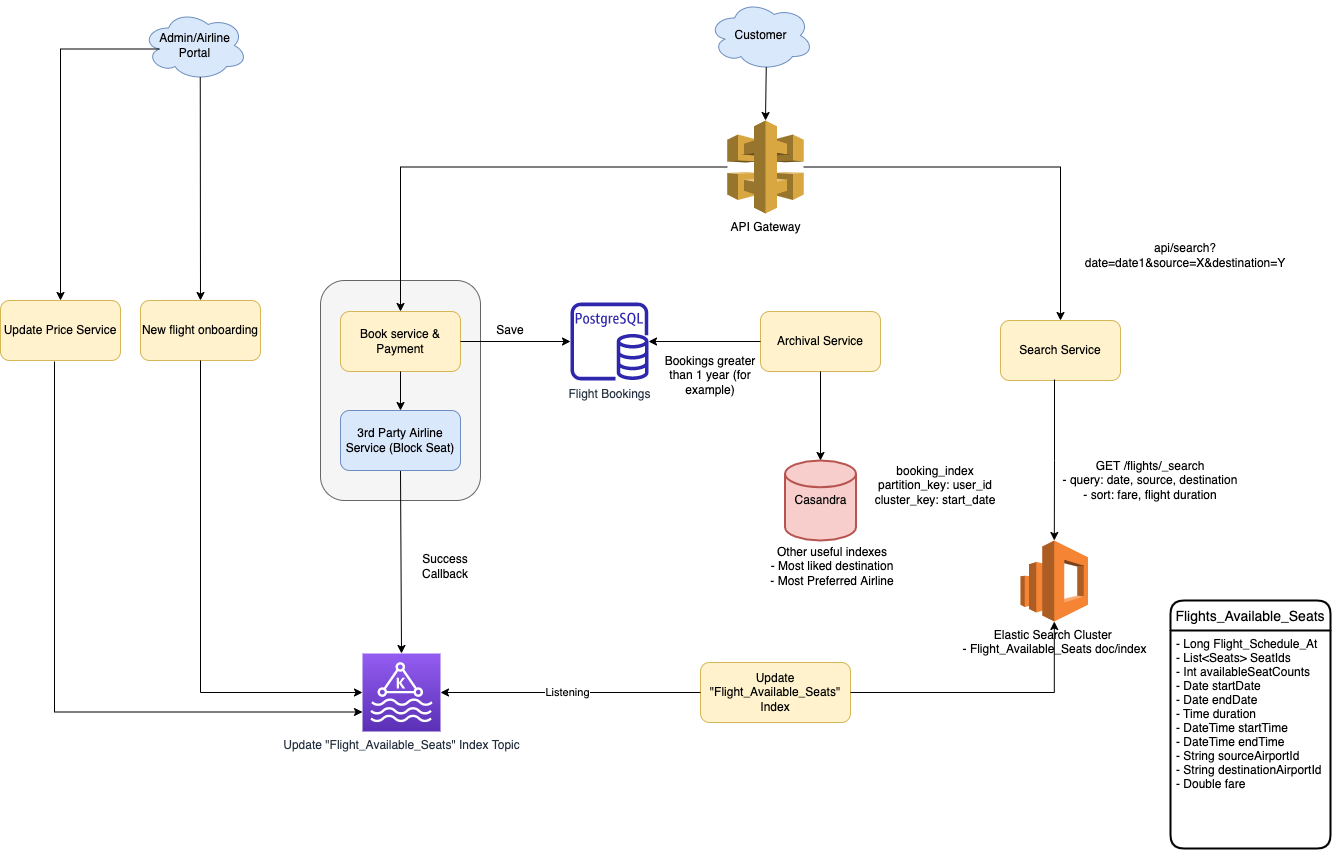
This is src/3_HLDDesignProblems/FlightBookingSearch/MakeMyTripFlightSearch.drawio.png from Anshul619/HLD-System-Designs, a draw.io export, as it was before one commit. Source tidied: cells renumbered, new cells last; positions are measured from the earlier drawing's top-left corner, leaving out a move shared by most shapes.
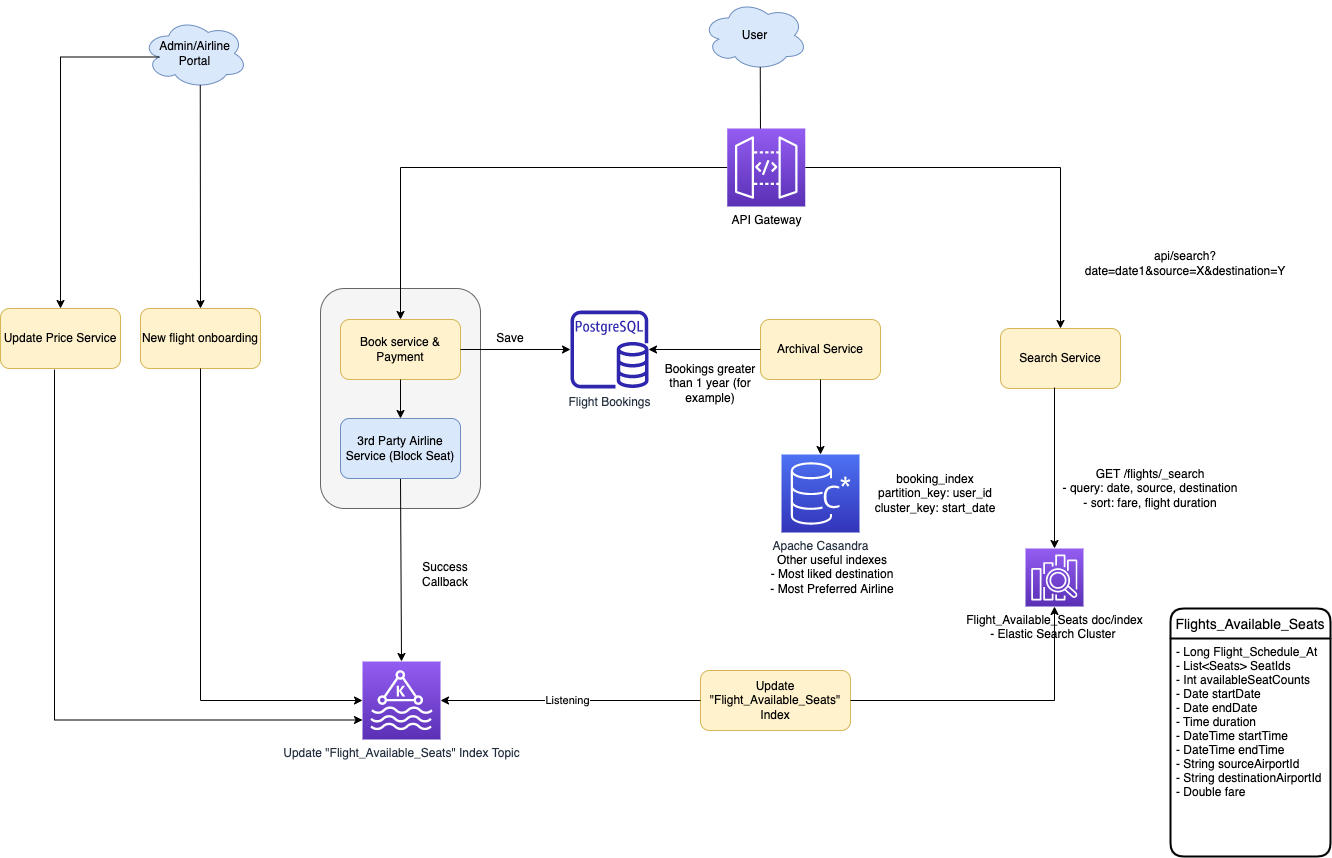
Above is the later version.

The edit, as a diff of the source:
```diff
@@ -5,8 +5,8 @@
     <mxCell id="2" style="rounded=1;whiteSpace=wrap;html=1;fillColor=#f5f5f5;strokeColor=#666666;fontColor=#333333;" parent="1" vertex="1">
       <mxGeometry x="320" y="280" width="160" height="220" as="geometry" />
     </mxCell>
-    <mxCell id="3" value="Customer" style="ellipse;shape=cloud;whiteSpace=wrap;html=1;fillColor=#dae8fc;strokeColor=#6c8ebf;" parent="1" vertex="1">
-      <mxGeometry x="708" width="105" height="70" as="geometry" />
+    <mxCell id="3" value="User" style="ellipse;shape=cloud;whiteSpace=wrap;html=1;fillColor=#dae8fc;strokeColor=#6c8ebf;" parent="1" vertex="1">
+      <mxGeometry x="702" y="-8" width="105" height="70" as="geometry" />
     </mxCell>
     <mxCell id="4" value="Search Service" style="rounded=1;whiteSpace=wrap;html=1;fillColor=#fff2cc;strokeColor=#d6b656;" parent="1" vertex="1">
       <mxGeometry x="1000" y="320" width="120" height="60" as="geometry" />
@@ -14,13 +14,12 @@
     <mxCell id="5" style="endArrow=classic;html=1;rounded=0;entryX=0.5;entryY=0;entryDx=0;entryDy=0;edgeStyle=orthogonalEdgeStyle;" parent="1" edge="1" source="25" target="4">
       <mxGeometry relative="1" as="geometry" />
     </mxCell>
-    <mxCell id="6" value="&lt;div&gt;Elastic Search Cluster &lt;br&gt;&lt;/div&gt;&lt;div&gt;- Flight_Available_Seats doc/index&lt;br&gt;&lt;/div&gt;" style="outlineConnect=0;dashed=0;verticalLabelPosition=bottom;verticalAlign=top;align=center;html=1;shape=mxgraph.aws3.elasticsearch_service;fillColor=#F58534;gradientColor=none;" parent="1" vertex="1">
-      <mxGeometry x="1020" y="540" width="67.5" height="81" as="geometry" />
-    </mxCell>
-    <mxCell id="7" style="endArrow=classic;html=1;rounded=0;exitX=0.55;exitY=0.95;exitDx=0;exitDy=0;exitPerimeter=0;entryX=0.5;entryY=0;entryDx=0;entryDy=0;entryPerimeter=0;" parent="1" edge="1" source="3" target="25">
-      <mxGeometry relative="1" as="geometry" />
+    <mxCell id="7" style="endArrow=classic;html=1;rounded=0;exitX=0.55;exitY=0.95;exitDx=0;exitDy=0;exitPerimeter=0;" parent="1" edge="1" source="3">
+      <mxGeometry relative="1" as="geometry">
+        <mxPoint x="760" y="130" as="targetPoint" />
+      </mxGeometry>
     </mxCell>
-    <mxCell id="8" style="endArrow=classic;html=1;rounded=0;exitX=0.45;exitY=0.983;exitDx=0;exitDy=0;exitPerimeter=0;edgeStyle=orthogonalEdgeStyle;" parent="1" edge="1" source="4" target="6">
+    <mxCell id="8" style="endArrow=classic;html=1;rounded=0;exitX=0.45;exitY=0.983;exitDx=0;exitDy=0;exitPerimeter=0;edgeStyle=orthogonalEdgeStyle;" parent="1" edge="1" source="4" target="42">
       <mxGeometry relative="1" as="geometry" />
     </mxCell>
     <mxCell id="9" value="New flight onboarding" style="rounded=1;whiteSpace=wrap;html=1;fillColor=#fff2cc;strokeColor=#d6b656;" parent="1" vertex="1">
@@ -41,7 +40,7 @@
     <mxCell id="14" value="Listening" style="edgeLabel;html=1;align=center;verticalAlign=middle;" parent="13" vertex="1">
       <mxGeometry x="0.03" y="-1" relative="1" as="geometry" />
     </mxCell>
-    <mxCell id="15" style="endArrow=classic;html=1;rounded=0;exitX=1;exitY=0.5;exitDx=0;exitDy=0;edgeStyle=orthogonalEdgeStyle;" parent="1" edge="1" source="12" target="6">
+    <mxCell id="15" style="endArrow=classic;html=1;rounded=0;exitX=1;exitY=0.5;exitDx=0;exitDy=0;edgeStyle=orthogonalEdgeStyle;entryX=0.5;entryY=1;entryDx=0;entryDy=0;entryPerimeter=0;" parent="1" edge="1" source="12" target="42">
       <mxGeometry relative="1" as="geometry" />
     </mxCell>
     <mxCell id="16" value="api/search?date=date1&amp;amp;source=X&amp;amp;destination=Y" style="text;html=1;strokeColor=none;fillColor=none;align=center;verticalAlign=middle;whiteSpace=wrap;rounded=0;" parent="1" vertex="1">
@@ -53,7 +52,7 @@
     <mxCell id="18" style="endArrow=classic;html=1;rounded=0;entryX=0.5;entryY=0;entryDx=0;entryDy=0;entryPerimeter=0;exitX=0.5;exitY=1;exitDx=0;exitDy=0;" parent="1" edge="1" source="29" target="10">
       <mxGeometry relative="1" as="geometry" />
     </mxCell>
-    <mxCell id="19" style="endArrow=classic;html=1;rounded=0;entryX=0.5;entryY=0;entryDx=0;entryDy=0;edgeStyle=orthogonalEdgeStyle;" parent="1" edge="1" source="25" target="17">
+    <mxCell id="19" style="endArrow=classic;html=1;rounded=0;entryX=0.5;entryY=0;entryDx=0;entryDy=0;edgeStyle=orthogonalEdgeStyle;exitX=0;exitY=0.5;exitDx=0;exitDy=0;exitPerimeter=0;" parent="1" edge="1" source="25" target="17">
       <mxGeometry relative="1" as="geometry" />
     </mxCell>
     <mxCell id="20" value="Admin/Airline Portal" style="ellipse;shape=cloud;whiteSpace=wrap;html=1;fillColor=#dae8fc;strokeColor=#6c8ebf;" parent="1" vertex="1">
@@ -71,9 +70,6 @@
     <mxCell id="24" style="endArrow=classic;html=1;rounded=0;exitX=0.45;exitY=1.017;exitDx=0;exitDy=0;exitPerimeter=0;entryX=0;entryY=0.75;entryDx=0;entryDy=0;entryPerimeter=0;edgeStyle=orthogonalEdgeStyle;" parent="1" edge="1" source="22" target="10">
       <mxGeometry relative="1" as="geometry" />
     </mxCell>
-    <mxCell id="25" value="API Gateway" style="outlineConnect=0;dashed=0;verticalLabelPosition=bottom;verticalAlign=top;align=center;html=1;shape=mxgraph.aws3.api_gateway;fillColor=#D9A741;gradientColor=none;" parent="1" vertex="1">
-      <mxGeometry x="726.8" y="120" width="76.5" height="93" as="geometry" />
-    </mxCell>
     <mxCell id="26" value="&lt;div&gt;GET /flights/_search&lt;/div&gt;&lt;div&gt;- query: date, source, destination&lt;/div&gt;&lt;div&gt;- sort: fare, flight duration&lt;br&gt;&lt;/div&gt;" style="text;html=1;strokeColor=none;fillColor=none;align=center;verticalAlign=middle;whiteSpace=wrap;rounded=0;" parent="1" vertex="1">
       <mxGeometry x="1050" y="460" width="200" height="40" as="geometry" />
     </mxCell>
@@ -101,9 +97,6 @@
     <mxCell id="34" value="Save" style="text;html=1;strokeColor=none;fillColor=none;align=center;verticalAlign=middle;whiteSpace=wrap;rounded=0;" parent="1" vertex="1">
       <mxGeometry x="480" y="315" width="60" height="30" as="geometry" />
     </mxCell>
-    <mxCell id="35" value="Casandra" style="strokeWidth=2;html=1;shape=mxgraph.flowchart.database;whiteSpace=wrap;fillColor=#f8cecc;strokeColor=#b85450;" parent="1" vertex="1">
-      <mxGeometry x="784.5" y="460" width="71" height="80" as="geometry" />
-    </mxCell>
     <mxCell id="36" value="Archival Service" style="rounded=1;whiteSpace=wrap;html=1;fillColor=#fff2cc;strokeColor=#d6b656;" parent="1" vertex="1">
       <mxGeometry x="760" y="311" width="120" height="60" as="geometry" />
     </mxCell>
@@ -113,7 +106,7 @@
     <mxCell id="38" value="&lt;div&gt;booking_index&lt;/div&gt;&lt;div&gt;partition_key: user_id&lt;/div&gt;&lt;div&gt;cluster_key: start_date&lt;br&gt;&lt;/div&gt;" style="text;html=1;strokeColor=none;fillColor=none;align=center;verticalAlign=middle;whiteSpace=wrap;rounded=0;" parent="1" vertex="1">
       <mxGeometry x="870" y="470" width="130" height="30" as="geometry" />
     </mxCell>
-    <mxCell id="39" style="endArrow=classic;html=1;rounded=0;exitX=0.5;exitY=1;exitDx=0;exitDy=0;entryX=0.5;entryY=0;entryDx=0;entryDy=0;entryPerimeter=0;" parent="1" edge="1" source="36" target="35">
+    <mxCell id="39" style="endArrow=classic;html=1;rounded=0;exitX=0.5;exitY=1;exitDx=0;exitDy=0;entryX=0.5;entryY=0;entryDx=0;entryDy=0;entryPerimeter=0;" parent="1" edge="1" source="36" target="43">
       <mxGeometry relative="1" as="geometry" />
     </mxCell>
     <mxCell id="40" value="Bookings greater than 1 year (for example)" style="text;html=1;strokeColor=none;fillColor=none;align=center;verticalAlign=middle;whiteSpace=wrap;rounded=0;" parent="1" vertex="1">
@@ -122,5 +115,14 @@
     <mxCell id="41" value="&lt;div&gt;Other useful indexes&lt;/div&gt;&lt;div&gt;- Most liked destination&lt;/div&gt;&lt;div&gt;- Most Preferred Airline&lt;br&gt;&lt;/div&gt;" style="text;html=1;strokeColor=none;fillColor=none;align=center;verticalAlign=middle;whiteSpace=wrap;rounded=0;" parent="1" vertex="1">
       <mxGeometry x="726.8" y="551" width="210" height="30" as="geometry" />
     </mxCell>
+    <mxCell id="42" value="&lt;span style=&quot;color: rgb(0, 0, 0);&quot;&gt;Flight_Available_Seats doc/index&lt;br&gt;&lt;/span&gt;&lt;span style=&quot;color: rgb(0, 0, 0); background-color: initial;&quot;&gt;- Elastic Search Cluster&lt;/span&gt;&lt;span style=&quot;color: rgb(0, 0, 0); background-color: initial;&quot;&gt;&amp;nbsp;&lt;/span&gt;&lt;span style=&quot;color: rgb(0, 0, 0); background-color: initial;&quot;&gt;&lt;br&gt;&lt;/span&gt;" style="sketch=0;points=[[0,0,0],[0.25,0,0],[0.5,0,0],[0.75,0,0],[1,0,0],[0,1,0],[0.25,1,0],[0.5,1,0],[0.75,1,0],[1,1,0],[0,0.25,0],[0,0.5,0],[0,0.75,0],[1,0.25,0],[1,0.5,0],[1,0.75,0]];outlineConnect=0;fontColor=#232F3E;gradientColor=#945DF2;gradientDirection=north;fillColor=#5A30B5;strokeColor=#ffffff;dashed=0;verticalLabelPosition=bottom;verticalAlign=top;align=center;html=1;fontSize=12;fontStyle=0;shape=mxgraph.aws4.resourceIcon;resIcon=mxgraph.aws4.elasticsearch_service;" parent="1" vertex="1">
+      <mxGeometry x="1025" y="540" width="58" height="58" as="geometry" />
+    </mxCell>
+    <mxCell id="43" value="Apache Casandra" style="sketch=0;points=[[0,0,0],[0.25,0,0],[0.5,0,0],[0.75,0,0],[1,0,0],[0,1,0],[0.25,1,0],[0.5,1,0],[0.75,1,0],[1,1,0],[0,0.25,0],[0,0.5,0],[0,0.75,0],[1,0.25,0],[1,0.5,0],[1,0.75,0]];outlineConnect=0;fontColor=#232F3E;gradientColor=#4D72F3;gradientDirection=north;fillColor=#3334B9;strokeColor=#ffffff;dashed=0;verticalLabelPosition=bottom;verticalAlign=top;align=center;html=1;fontSize=12;fontStyle=0;shape=mxgraph.aws4.resourceIcon;resIcon=mxgraph.aws4.keyspaces;" parent="1" vertex="1">
+      <mxGeometry x="781" y="446" width="78" height="78" as="geometry" />
+    </mxCell>
+    <mxCell id="25" value="&lt;span style=&quot;color: rgb(0, 0, 0);&quot;&gt;API Gateway&lt;/span&gt;" style="sketch=0;points=[[0,0,0],[0.25,0,0],[0.5,0,0],[0.75,0,0],[1,0,0],[0,1,0],[0.25,1,0],[0.5,1,0],[0.75,1,0],[1,1,0],[0,0.25,0],[0,0.5,0],[0,0.75,0],[1,0.25,0],[1,0.5,0],[1,0.75,0]];outlineConnect=0;fontColor=#232F3E;gradientColor=#945DF2;gradientDirection=north;fillColor=#5A30B5;strokeColor=#ffffff;dashed=0;verticalLabelPosition=bottom;verticalAlign=top;align=center;html=1;fontSize=12;fontStyle=0;shape=mxgraph.aws4.resourceIcon;resIcon=mxgraph.aws4.api_gateway;" parent="1" vertex="1">
+      <mxGeometry x="726.8" y="120" width="78" height="78" as="geometry" />
+    </mxCell>
   </root>
 </mxGraphModel>
```
